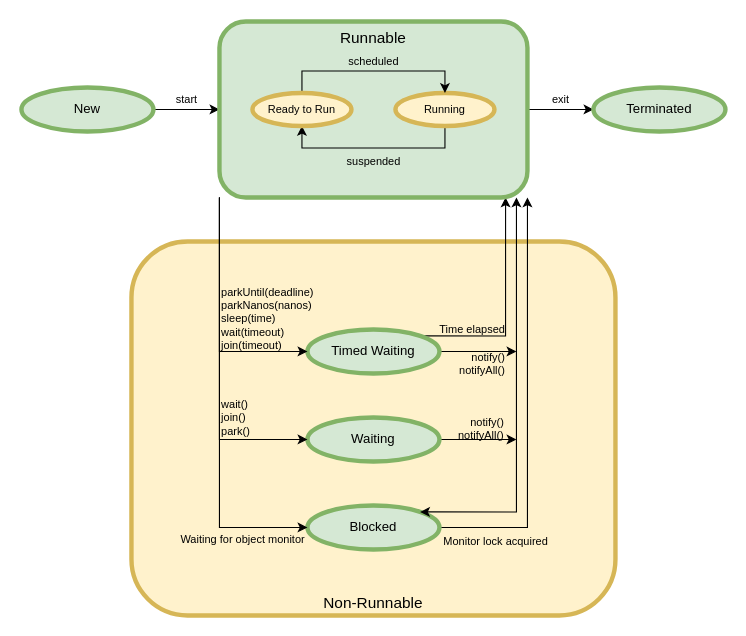
Before: homework/src/main/resources/Java 线程状态流转图.drawio in YufuMxl/geek_java_practise, a draw.io diagram. Source tidied: cells renumbered, new cells numbered last; positions are measured from the earlier drawing's top-left corner, leaving out a move shared by most shapes. Both pictures are drawn from the tidied source at 110%, with x=0, y=0 at pixel (21, 21).
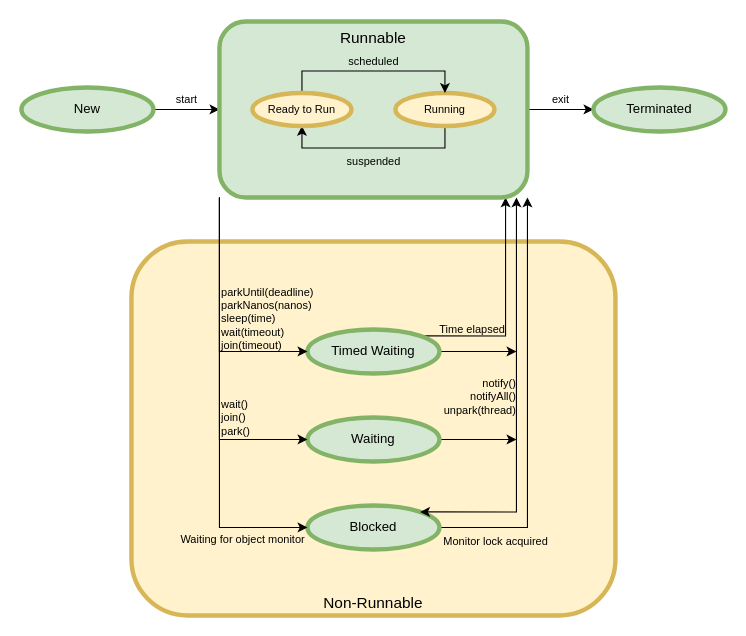
Above is the later version.

Commit message:
Update Java 线程状态流转图.drawio

The change refers to these unchanged cells:
```xml
<mxCell id="15" style="edgeStyle=orthogonalEdgeStyle;rounded=0;jettySize=auto;html=1;exitX=1;exitY=0;exitDx=0;exitDy=0;labelBackgroundColor=none;fontSize=12;startArrow=classic;startFill=1;" parent="1" edge="1" source="13">
  <mxGeometry relative="1" as="geometry">
    <mxPoint x="450" y="160" as="targetPoint" />
    <Array as="points">
      <mxPoint x="450" y="446" />
      <mxPoint x="450" y="160" />
    </Array>
  </mxGeometry>
</mxCell>
```

Change to the diagram source:
```diff
@@
-    <mxCell id="16" value="&lt;div style=&quot;font-size: 10px;&quot;&gt;notify()&lt;/div&gt;&lt;div style=&quot;font-size: 10px;&quot;&gt;notifyAll()&lt;br style=&quot;font-size: 10px;&quot;&gt;&lt;/div&gt;" style="edgeLabel;html=1;align=right;verticalAlign=middle;fontSize=10;labelBackgroundColor=none;" parent="15" vertex="1">
-      <mxGeometry x="-0.7" y="-2" relative="1" as="geometry">
-        <mxPoint x="21" y="-78" as="offset" />
-      </mxGeometry>
-    </mxCell>
@@
-    <mxCell id="29" value="&lt;div style=&quot;font-size: 10px;&quot;&gt;notify()&lt;/div&gt;&lt;div style=&quot;font-size: 10px;&quot;&gt;notifyAll()&lt;br style=&quot;font-size: 10px;&quot;&gt;&lt;/div&gt;" style="edgeLabel;html=1;align=right;verticalAlign=middle;fontSize=10;labelBackgroundColor=none;" parent="1" vertex="1">
-      <mxGeometry x="440" y="310" as="geometry" />
+    <mxCell id="29" value="&lt;div style=&quot;font-size: 10px&quot;&gt;notify()&lt;/div&gt;&lt;div style=&quot;font-size: 10px&quot;&gt;notifyAll()&lt;/div&gt;&lt;div style=&quot;font-size: 10px&quot;&gt;unpark(thread)&lt;br style=&quot;font-size: 10px&quot;&gt;&lt;/div&gt;" style="edgeLabel;html=1;align=right;verticalAlign=middle;fontSize=10;labelBackgroundColor=none;" parent="1" vertex="1">
+      <mxGeometry x="450" y="340" as="geometry" />
     </mxCell>
```
